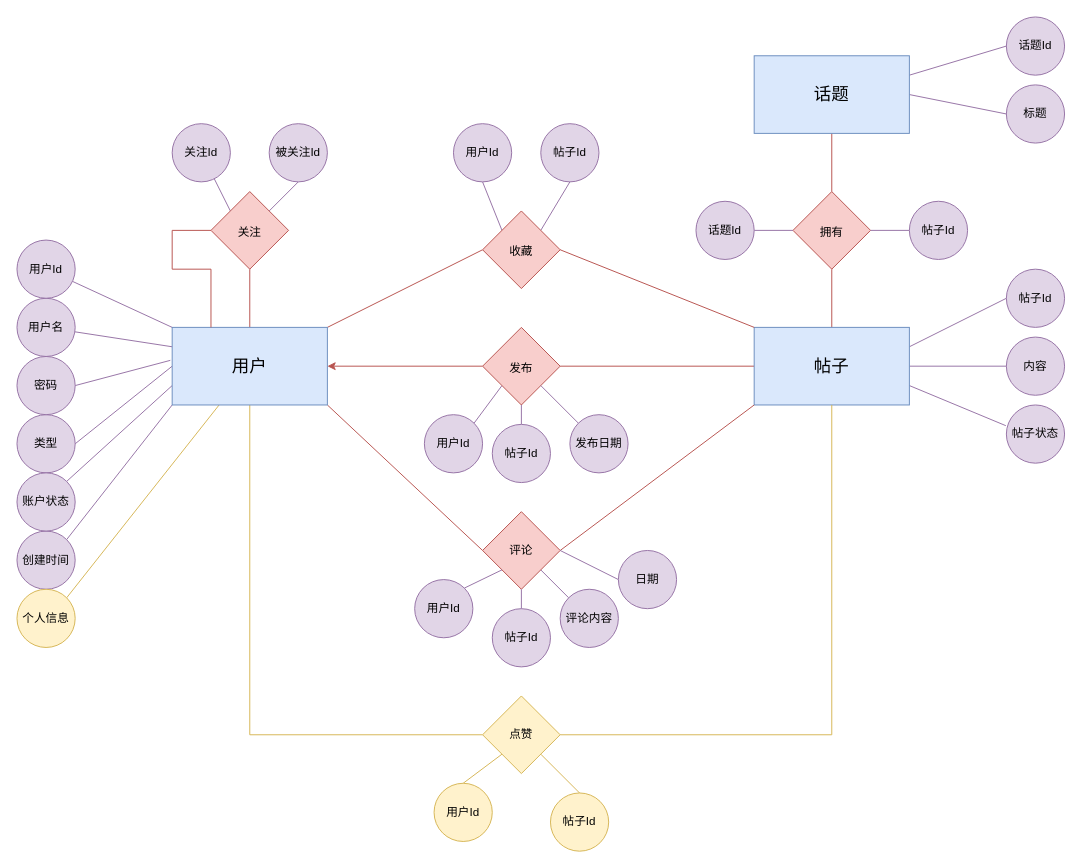
The draw.io diagram map/minihubER.drawio in msqtt/Sources, before the edit. Source tidied: cells renumbered, new cells numbered last; positions are measured from the earlier drawing's top-left corner, leaving out a move shared by most shapes. Both pictures are drawn from the tidied source at 97%, with x=0, y=0 at pixel (16, 16).
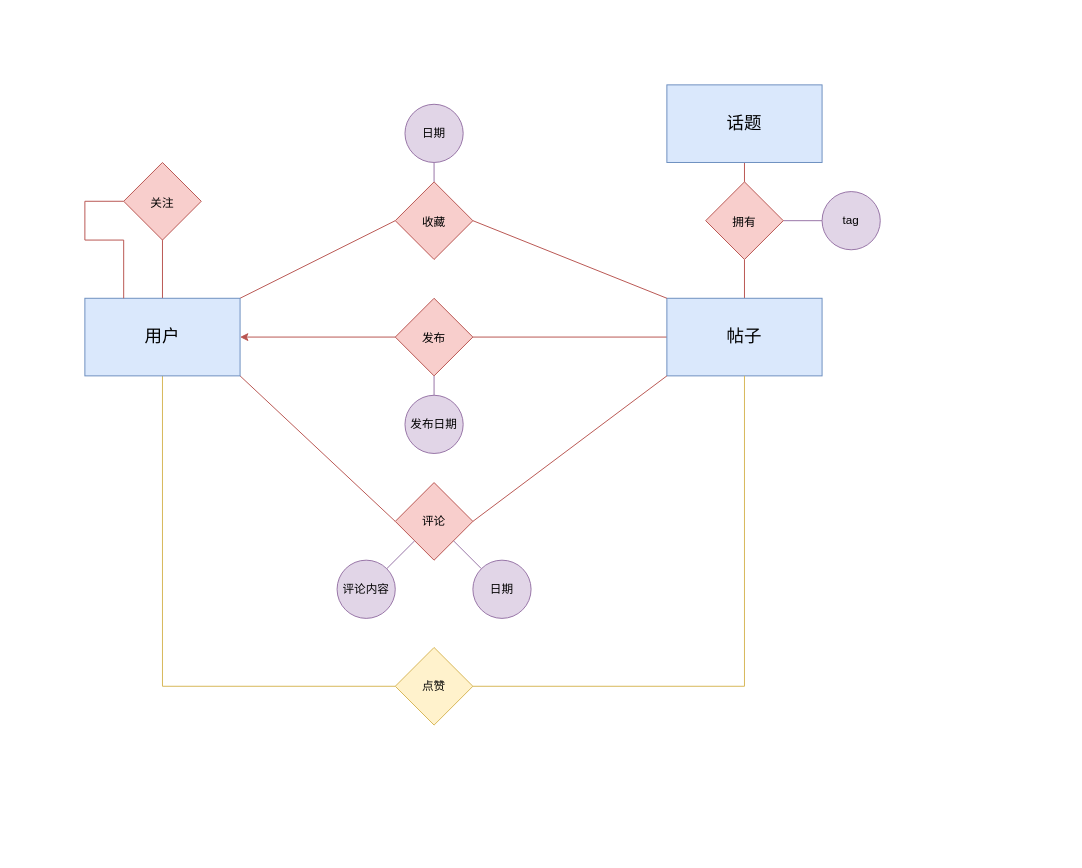
The same page after the edit.

Change to the diagram source:
```diff
@@
-    <mxCell id="10" style="rounded=0;jettySize=auto;html=1;strokeColor=#9673a6;fontColor=#143642;fillColor=#e1d5e7;exitX=0;exitY=0.25;exitDx=0;exitDy=0;endArrow=none;endFill=0;" parent="1" edge="1" source="16" target="29">
-      <mxGeometry relative="1" as="geometry" />
-    </mxCell>
-    <mxCell id="11" style="rounded=0;jettySize=auto;html=1;strokeColor=#9673a6;fontColor=#143642;fillColor=#e1d5e7;exitX=0;exitY=0;exitDx=0;exitDy=0;endArrow=none;endFill=0;" parent="1" edge="1" source="16" target="30">
-      <mxGeometry relative="1" as="geometry" />
-    </mxCell>
-    <mxCell id="12" style="edgeStyle=none;shape=connector;rounded=0;jettySize=auto;html=1;exitX=0;exitY=0.5;exitDx=0;exitDy=0;entryX=1;entryY=0.5;entryDx=0;entryDy=0;labelBackgroundColor=default;strokeColor=#9673a6;fontFamily=Helvetica;fontSize=11;fontColor=#143642;endArrow=none;fillColor=#e1d5e7;endFill=0;" parent="1" edge="1" source="16" target="41">
-      <mxGeometry relative="1" as="geometry" />
-    </mxCell>
-    <mxCell id="13" style="edgeStyle=none;shape=connector;rounded=0;jettySize=auto;html=1;exitX=0;exitY=1;exitDx=0;exitDy=0;entryX=1;entryY=0;entryDx=0;entryDy=0;labelBackgroundColor=default;strokeColor=#9673a6;fontFamily=Helvetica;fontSize=11;fontColor=#143642;endArrow=none;fillColor=#e1d5e7;endFill=0;" parent="1" edge="1" source="16" target="42">
-      <mxGeometry relative="1" as="geometry" />
-    </mxCell>
-    <mxCell id="14" style="edgeStyle=none;shape=connector;rounded=0;jettySize=auto;html=1;exitX=0;exitY=0.75;exitDx=0;exitDy=0;entryX=1;entryY=0;entryDx=0;entryDy=0;labelBackgroundColor=default;strokeColor=#9673a6;fontFamily=Helvetica;fontSize=11;fontColor=#143642;endArrow=none;fillColor=#e1d5e7;endFill=0;" parent="1" edge="1" source="16" target="43">
-      <mxGeometry relative="1" as="geometry" />
-    </mxCell>
-    <mxCell id="15" style="edgeStyle=none;shape=connector;rounded=0;jettySize=auto;html=1;labelBackgroundColor=default;strokeColor=#d6b656;fontFamily=Helvetica;fontSize=11;fontColor=#143642;endArrow=none;endFill=0;fillColor=#fff2cc;entryX=1;entryY=0;entryDx=0;entryDy=0;" parent="1" edge="1" source="16" target="45">
-      <mxGeometry relative="1" as="geometry" />
-    </mxCell>
     <mxCell id="16" value="&lt;font style=&quot;font-size: 18px;&quot;&gt;用户&lt;/font&gt;" style="rounded=0;whiteSpace=wrap;html=1;strokeColor=#6c8ebf;fillColor=#dae8fc;" parent="1" vertex="1">
-      <mxGeometry x="160" y="320" width="160" height="80" as="geometry" />
+      <mxGeometry x="70" y="290" width="160" height="80" as="geometry" />
     </mxCell>
-    <mxCell id="17" style="edgeStyle=none;shape=connector;rounded=0;jettySize=auto;html=1;exitX=1;exitY=0.5;exitDx=0;exitDy=0;entryX=0;entryY=0.5;entryDx=0;entryDy=0;labelBackgroundColor=default;strokeColor=#9673a6;fontFamily=Helvetica;fontSize=11;fontColor=#143642;endArrow=none;endFill=0;fillColor=#e1d5e7;" parent="1" edge="1" source="19" target="48">
+    <mxCell id="17" style="edgeStyle=none;shape=connector;rounded=0;jettySize=auto;html=1;exitX=1;exitY=0.5;exitDx=0;exitDy=0;entryX=0;entryY=0.5;entryDx=0;entryDy=0;labelBackgroundColor=default;strokeColor=#9673a6;fontFamily=Helvetica;fontSize=11;fontColor=#143642;endArrow=none;endFill=0;fillColor=#e1d5e7;" parent="1" edge="1" source="32" target="48">
       <mxGeometry relative="1" as="geometry" />
     </mxCell>
-    <mxCell id="18" style="edgeStyle=none;shape=connector;rounded=0;jettySize=auto;html=1;exitX=1;exitY=0.25;exitDx=0;exitDy=0;entryX=0;entryY=0.5;entryDx=0;entryDy=0;labelBackgroundColor=default;strokeColor=#9673a6;fontFamily=Helvetica;fontSize=11;fontColor=#143642;endArrow=none;endFill=0;fillColor=#e1d5e7;" parent="1" edge="1" source="19" target="49">
-      <mxGeometry relative="1" as="geometry" />
-    </mxCell>
     <mxCell id="19" value="话题" style="rounded=0;whiteSpace=wrap;html=1;strokeColor=#6c8ebf;fillColor=#dae8fc;fontSize=18;" parent="1" vertex="1">
-      <mxGeometry x="760" y="40" width="160" height="80" as="geometry" />
+      <mxGeometry x="670" y="70" width="160" height="80" as="geometry" />
     </mxCell>
-    <mxCell id="20" style="edgeStyle=none;shape=connector;rounded=0;jettySize=auto;html=1;entryX=1;entryY=0;entryDx=0;entryDy=0;labelBackgroundColor=default;strokeColor=#9673a6;fontFamily=Helvetica;fontSize=11;fontColor=#143642;endArrow=none;endFill=0;fillColor=#e1d5e7;exitX=0;exitY=1;exitDx=0;exitDy=0;" parent="1" edge="1" source="31" target="44">
-      <mxGeometry relative="1" as="geometry" />
-    </mxCell>
-    <mxCell id="21" style="edgeStyle=none;shape=connector;rounded=0;jettySize=auto;html=1;exitX=1;exitY=0.25;exitDx=0;exitDy=0;entryX=0;entryY=0.5;entryDx=0;entryDy=0;labelBackgroundColor=default;strokeColor=#9673a6;fontFamily=Helvetica;fontSize=11;fontColor=#143642;endArrow=none;endFill=0;fillColor=#e1d5e7;" parent="1" edge="1" source="24" target="46">
-      <mxGeometry relative="1" as="geometry" />
-    </mxCell>
-    <mxCell id="22" style="edgeStyle=none;shape=connector;rounded=0;jettySize=auto;html=1;exitX=1;exitY=0.5;exitDx=0;exitDy=0;entryX=0;entryY=0.5;entryDx=0;entryDy=0;labelBackgroundColor=default;strokeColor=#9673a6;fontFamily=Helvetica;fontSize=11;fontColor=#143642;endArrow=none;endFill=0;fillColor=#e1d5e7;" parent="1" edge="1" source="24" target="47">
-      <mxGeometry relative="1" as="geometry" />
-    </mxCell>
-    <mxCell id="23" style="edgeStyle=none;shape=connector;rounded=0;jettySize=auto;html=1;exitX=1;exitY=0.75;exitDx=0;exitDy=0;entryX=-0.009;entryY=0.356;entryDx=0;entryDy=0;entryPerimeter=0;labelBackgroundColor=default;strokeColor=#9673a6;fontFamily=Helvetica;fontSize=11;fontColor=#143642;endArrow=none;endFill=0;fillColor=#e1d5e7;" parent="1" edge="1" source="24" target="60">
-      <mxGeometry relative="1" as="geometry" />
-    </mxCell>
     <mxCell id="24" value="帖子" style="rounded=0;whiteSpace=wrap;html=1;strokeColor=#6c8ebf;fillColor=#dae8fc;fontSize=18;" parent="1" vertex="1">
-      <mxGeometry x="760" y="320" width="160" height="80" as="geometry" />
+      <mxGeometry x="670" y="290" width="160" height="80" as="geometry" />
     </mxCell>
@@
     <mxCell id="28" style="edgeStyle=orthogonalEdgeStyle;rounded=0;jettySize=auto;html=1;entryX=0.25;entryY=0;entryDx=0;entryDy=0;strokeColor=#b85450;fontColor=#143642;fillColor=#f8cecc;exitX=0;exitY=0.5;exitDx=0;exitDy=0;endArrow=none;endFill=0;strokeWidth=1;" parent="1" edge="1" source="40" target="16">
       <mxGeometry relative="1" as="geometry">
         <Array as="points">
-          <mxPoint x="160" y="220" />
-          <mxPoint x="160" y="260" />
-          <mxPoint x="200" y="260" />
+          <mxPoint x="70" y="190" />
+          <mxPoint x="70" y="230" />
+          <mxPoint x="110" y="230" />
         </Array>
       </mxGeometry>
     </mxCell>
-    <mxCell id="29" value="用户名" style="ellipse;whiteSpace=wrap;html=1;fillColor=#e1d5e7;strokeColor=#9673a6;rounded=0;" parent="1" vertex="1">
-      <mxGeometry y="290" width="60" height="60" as="geometry" />
-    </mxCell>
-    <mxCell id="30" value="用户Id" style="ellipse;whiteSpace=wrap;html=1;fillColor=#e1d5e7;strokeColor=#9673a6;rounded=0;" parent="1" vertex="1">
-      <mxGeometry y="230" width="60" height="60" as="geometry" />
-    </mxCell>
     <mxCell id="31" value="&lt;font style=&quot;font-size: 12px;&quot;&gt;发布&lt;/font&gt;" style="rhombus;whiteSpace=wrap;html=1;fontSize=18;fillColor=#f8cecc;strokeColor=#b85450;labelBackgroundColor=none;" parent="1" vertex="1">
-      <mxGeometry x="480" y="320" width="80" height="80" as="geometry" />
+      <mxGeometry x="390" y="290" width="80" height="80" as="geometry" />
     </mxCell>
     <mxCell id="32" value="&lt;font style=&quot;font-size: 12px;&quot;&gt;拥有&lt;/font&gt;" style="rhombus;whiteSpace=wrap;html=1;fontSize=18;fillColor=#f8cecc;strokeColor=#b85450;labelBackgroundColor=none;" parent="1" vertex="1">
-      <mxGeometry x="800" y="180" width="80" height="80" as="geometry" />
+      <mxGeometry x="710" y="170" width="80" height="80" as="geometry" />
     </mxCell>
     <mxCell id="33" value="评论" style="rhombus;whiteSpace=wrap;html=1;fontSize=12;fillColor=#f8cecc;strokeColor=#b85450;labelBackgroundColor=none;" parent="1" vertex="1">
-      <mxGeometry x="480" y="510" width="80" height="80" as="geometry" />
+      <mxGeometry x="390" y="480" width="80" height="80" as="geometry" />
     </mxCell>
     <mxCell id="34" value="点赞" style="rhombus;whiteSpace=wrap;html=1;fontSize=12;fillColor=#fff2cc;strokeColor=#d6b656;labelBackgroundColor=none;" parent="1" vertex="1">
-      <mxGeometry x="480" y="700" width="80" height="80" as="geometry" />
+      <mxGeometry x="390" y="650" width="80" height="80" as="geometry" />
     </mxCell>
-    <mxCell id="35" style="edgeStyle=none;shape=connector;rounded=0;jettySize=auto;html=1;exitX=0;exitY=0;exitDx=0;exitDy=0;entryX=1;entryY=0.5;entryDx=0;entryDy=0;labelBackgroundColor=default;strokeColor=#9673a6;fontFamily=Helvetica;fontSize=11;fontColor=#143642;endArrow=none;endFill=0;fillColor=#e1d5e7;" parent="1" edge="1" source="37" target="52">
+    <mxCell id="35" style="edgeStyle=none;shape=connector;rounded=0;jettySize=auto;html=1;exitX=0.5;exitY=0;exitDx=0;exitDy=0;entryX=1;entryY=0.5;entryDx=0;entryDy=0;labelBackgroundColor=default;strokeColor=#9673a6;fontFamily=Helvetica;fontSize=11;fontColor=#143642;endArrow=none;endFill=0;fillColor=#e1d5e7;" parent="1" edge="1" source="37" target="52">
       <mxGeometry relative="1" as="geometry" />
     </mxCell>
-    <mxCell id="36" style="edgeStyle=none;shape=connector;rounded=0;jettySize=auto;html=1;exitX=1;exitY=0;exitDx=0;exitDy=0;entryX=1;entryY=0.5;entryDx=0;entryDy=0;labelBackgroundColor=default;strokeColor=#9673a6;fontFamily=Helvetica;fontSize=11;fontColor=#143642;endArrow=none;endFill=0;fillColor=#e1d5e7;" parent="1" edge="1" source="37" target="53">
-      <mxGeometry relative="1" as="geometry" />
-    </mxCell>
     <mxCell id="37" value="&lt;font style=&quot;font-size: 12px;&quot;&gt;收藏&lt;/font&gt;" style="rhombus;whiteSpace=wrap;html=1;fontSize=18;fillColor=#f8cecc;strokeColor=#b85450;labelBackgroundColor=none;" parent="1" vertex="1">
-      <mxGeometry x="480" y="200" width="80" height="80" as="geometry" />
+      <mxGeometry x="390" y="170" width="80" height="80" as="geometry" />
     </mxCell>
-    <mxCell id="38" style="edgeStyle=none;shape=connector;rounded=0;jettySize=auto;html=1;exitX=0;exitY=0;exitDx=0;exitDy=0;labelBackgroundColor=default;strokeColor=#9673a6;fontFamily=Helvetica;fontSize=11;fontColor=#143642;endArrow=none;endFill=0;fillColor=#e1d5e7;" parent="1" edge="1" source="40" target="50">
-      <mxGeometry relative="1" as="geometry" />
-    </mxCell>
-    <mxCell id="39" style="edgeStyle=none;shape=connector;rounded=0;jettySize=auto;html=1;exitX=1;exitY=0;exitDx=0;exitDy=0;entryX=1;entryY=0.5;entryDx=0;entryDy=0;labelBackgroundColor=default;strokeColor=#9673a6;fontFamily=Helvetica;fontSize=11;fontColor=#143642;endArrow=none;endFill=0;fillColor=#e1d5e7;" parent="1" edge="1" source="40" target="51">
-      <mxGeometry relative="1" as="geometry" />
-    </mxCell>
     <mxCell id="40" value="&lt;font style=&quot;font-size: 12px;&quot;&gt;关注&lt;/font&gt;" style="rhombus;whiteSpace=wrap;html=1;fontSize=18;fillColor=#f8cecc;strokeColor=#b85450;labelBackgroundColor=none;" parent="1" vertex="1">
-      <mxGeometry x="200" y="180" width="80" height="80" as="geometry" />
+      <mxGeometry x="110" y="150" width="80" height="80" as="geometry" />
     </mxCell>
-    <mxCell id="41" value="类型" style="ellipse;whiteSpace=wrap;html=1;fillColor=#e1d5e7;strokeColor=#9673a6;rounded=0;" parent="1" vertex="1">
-      <mxGeometry y="410" width="60" height="60" as="geometry" />
-    </mxCell>
-    <mxCell id="42" value="创建时间" style="ellipse;whiteSpace=wrap;html=1;fillColor=#e1d5e7;strokeColor=#9673a6;rounded=0;" parent="1" vertex="1">
-      <mxGeometry y="530" width="60" height="60" as="geometry" />
-    </mxCell>
-    <mxCell id="43" value="账户状态" style="ellipse;whiteSpace=wrap;html=1;fillColor=#e1d5e7;strokeColor=#9673a6;rounded=0;" parent="1" vertex="1">
-      <mxGeometry y="470" width="60" height="60" as="geometry" />
-    </mxCell>
-    <mxCell id="44" value="用户Id" style="ellipse;whiteSpace=wrap;html=1;fillColor=#e1d5e7;strokeColor=#9673a6;rounded=0;" parent="1" vertex="1">
-      <mxGeometry x="420" y="410" width="60" height="60" as="geometry" />
-    </mxCell>
-    <mxCell id="45" value="个人信息" style="ellipse;whiteSpace=wrap;html=1;fillColor=#fff2cc;strokeColor=#d6b656;rounded=0;" parent="1" vertex="1">
-      <mxGeometry y="590" width="60" height="60" as="geometry" />
-    </mxCell>
-    <mxCell id="46" value="帖子Id" style="ellipse;whiteSpace=wrap;html=1;fillColor=#e1d5e7;strokeColor=#9673a6;rounded=0;" parent="1" vertex="1">
-      <mxGeometry x="1020" y="260" width="60" height="60" as="geometry" />
-    </mxCell>
-    <mxCell id="47" value="内容" style="ellipse;whiteSpace=wrap;html=1;fillColor=#e1d5e7;strokeColor=#9673a6;rounded=0;" parent="1" vertex="1">
-      <mxGeometry x="1020" y="330" width="60" height="60" as="geometry" />
-    </mxCell>
-    <mxCell id="48" value="&lt;div&gt;标题&lt;br&gt;&lt;/div&gt;" style="ellipse;whiteSpace=wrap;html=1;fillColor=#e1d5e7;strokeColor=#9673a6;rounded=0;" parent="1" vertex="1">
-      <mxGeometry x="1020" y="70" width="60" height="60" as="geometry" />
+    <mxCell id="48" value="tag" style="ellipse;whiteSpace=wrap;html=1;fillColor=#e1d5e7;strokeColor=#9673a6;rounded=0;" parent="1" vertex="1">
+      <mxGeometry x="830" y="180" width="60" height="60" as="geometry" />
     </mxCell>
-    <mxCell id="49" value="&lt;div&gt;话题Id&lt;/div&gt;" style="ellipse;whiteSpace=wrap;html=1;fillColor=#e1d5e7;strokeColor=#9673a6;rounded=0;" parent="1" vertex="1">
-      <mxGeometry x="1020" width="60" height="60" as="geometry" />
-    </mxCell>
-    <mxCell id="50" value="关注Id" style="ellipse;whiteSpace=wrap;html=1;fillColor=#e1d5e7;strokeColor=#9673a6;rounded=0;" parent="1" vertex="1">
-      <mxGeometry x="160" y="110" width="60" height="60" as="geometry" />
-    </mxCell>
-    <mxCell id="51" value="被关注Id" style="ellipse;whiteSpace=wrap;html=1;fillColor=#e1d5e7;strokeColor=#9673a6;rounded=0;direction=south;" parent="1" vertex="1">
-      <mxGeometry x="260" y="110" width="60" height="60" as="geometry" />
-    </mxCell>
-    <mxCell id="52" value="用户Id" style="ellipse;whiteSpace=wrap;html=1;fillColor=#e1d5e7;strokeColor=#9673a6;rounded=0;direction=south;" parent="1" vertex="1">
-      <mxGeometry x="450" y="110" width="60" height="60" as="geometry" />
+    <mxCell id="52" value="日期" style="ellipse;whiteSpace=wrap;html=1;fillColor=#e1d5e7;strokeColor=#9673a6;rounded=0;direction=south;" parent="1" vertex="1">
+      <mxGeometry x="400" y="90" width="60" height="60" as="geometry" />
     </mxCell>
-    <mxCell id="53" value="帖子Id" style="ellipse;whiteSpace=wrap;html=1;fillColor=#e1d5e7;strokeColor=#9673a6;rounded=0;direction=south;" parent="1" vertex="1">
-      <mxGeometry x="540" y="110" width="60" height="60" as="geometry" />
-    </mxCell>
-    <mxCell id="54" style="edgeStyle=none;shape=connector;rounded=0;jettySize=auto;html=1;exitX=1;exitY=0;exitDx=0;exitDy=0;entryX=0;entryY=1;entryDx=0;entryDy=0;labelBackgroundColor=default;strokeColor=#9673a6;fontFamily=Helvetica;fontSize=11;fontColor=#143642;endArrow=none;endFill=0;fillColor=#e1d5e7;" parent="1" edge="1" source="55" target="33">
-      <mxGeometry relative="1" as="geometry" />
-    </mxCell>
-    <mxCell id="55" value="用户Id" style="ellipse;whiteSpace=wrap;html=1;fillColor=#e1d5e7;strokeColor=#9673a6;rounded=0;" parent="1" vertex="1">
-      <mxGeometry x="410" y="580" width="60" height="60" as="geometry" />
-    </mxCell>
-    <mxCell id="56" style="edgeStyle=none;shape=connector;rounded=0;jettySize=auto;html=1;labelBackgroundColor=default;strokeColor=#9673a6;fontFamily=Helvetica;fontSize=11;fontColor=#143642;endArrow=none;endFill=0;fillColor=#e1d5e7;exitX=1;exitY=1;exitDx=0;exitDy=0;" parent="1" edge="1" source="33" target="59">
+    <mxCell id="56" style="edgeStyle=none;shape=connector;rounded=0;jettySize=auto;html=1;labelBackgroundColor=default;strokeColor=#9673a6;fontFamily=Helvetica;fontSize=11;fontColor=#143642;endArrow=none;endFill=0;fillColor=#e1d5e7;exitX=0;exitY=1;exitDx=0;exitDy=0;" parent="1" edge="1" source="33" target="59">
       <mxGeometry relative="1" as="geometry" />
     </mxCell>
-    <mxCell id="57" style="edgeStyle=none;shape=connector;rounded=0;jettySize=auto;html=1;exitX=0.5;exitY=0;exitDx=0;exitDy=0;entryX=0.5;entryY=1;entryDx=0;entryDy=0;labelBackgroundColor=default;strokeColor=#9673a6;fontFamily=Helvetica;fontSize=11;fontColor=#143642;endArrow=none;endFill=0;fillColor=#e1d5e7;" parent="1" edge="1" source="58" target="33">
-      <mxGeometry relative="1" as="geometry" />
-    </mxCell>
-    <mxCell id="58" value="帖子Id" style="ellipse;whiteSpace=wrap;html=1;fillColor=#e1d5e7;strokeColor=#9673a6;rounded=0;" parent="1" vertex="1">
-      <mxGeometry x="490" y="610" width="60" height="60" as="geometry" />
-    </mxCell>
     <mxCell id="59" value="评论内容" style="ellipse;whiteSpace=wrap;html=1;fillColor=#e1d5e7;strokeColor=#9673a6;rounded=0;" parent="1" vertex="1">
-      <mxGeometry x="560" y="590" width="60" height="60" as="geometry" />
+      <mxGeometry x="330" y="560" width="60" height="60" as="geometry" />
     </mxCell>
-    <mxCell id="60" value="帖子状态" style="ellipse;whiteSpace=wrap;html=1;fillColor=#e1d5e7;strokeColor=#9673a6;rounded=0;" parent="1" vertex="1">
-      <mxGeometry x="1020" y="400" width="60" height="60" as="geometry" />
-    </mxCell>
-    <mxCell id="61" style="edgeStyle=none;shape=connector;rounded=0;jettySize=auto;html=1;exitX=0.5;exitY=0;exitDx=0;exitDy=0;entryX=0.5;entryY=1;entryDx=0;entryDy=0;labelBackgroundColor=default;strokeColor=#9673a6;fontFamily=Helvetica;fontSize=11;fontColor=#143642;endArrow=none;endFill=0;fillColor=#e1d5e7;" parent="1" edge="1" source="62" target="31">
-      <mxGeometry relative="1" as="geometry" />
-    </mxCell>
-    <mxCell id="62" value="帖子Id" style="ellipse;whiteSpace=wrap;html=1;fillColor=#e1d5e7;strokeColor=#9673a6;rounded=0;" parent="1" vertex="1">
-      <mxGeometry x="490" y="420" width="60" height="60" as="geometry" />
-    </mxCell>
-    <mxCell id="63" style="edgeStyle=none;shape=connector;rounded=0;jettySize=auto;html=1;exitX=0;exitY=0;exitDx=0;exitDy=0;entryX=1;entryY=1;entryDx=0;entryDy=0;labelBackgroundColor=default;strokeColor=#9673a6;fontFamily=Helvetica;fontSize=11;fontColor=#143642;endArrow=none;endFill=0;fillColor=#e1d5e7;" parent="1" edge="1" source="64" target="31">
+    <mxCell id="63" style="edgeStyle=none;shape=connector;rounded=0;jettySize=auto;html=1;exitX=0.5;exitY=0;exitDx=0;exitDy=0;entryX=0.5;entryY=1;entryDx=0;entryDy=0;labelBackgroundColor=default;strokeColor=#9673a6;fontFamily=Helvetica;fontSize=11;fontColor=#143642;endArrow=none;endFill=0;fillColor=#e1d5e7;" parent="1" edge="1" source="64" target="31">
       <mxGeometry relative="1" as="geometry" />
     </mxCell>
     <mxCell id="64" value="发布日期" style="ellipse;whiteSpace=wrap;html=1;fillColor=#e1d5e7;strokeColor=#9673a6;rounded=0;" parent="1" vertex="1">
-      <mxGeometry x="570" y="410" width="60" height="60" as="geometry" />
+      <mxGeometry x="400" y="390" width="60" height="60" as="geometry" />
     </mxCell>
-    <mxCell id="65" style="edgeStyle=none;shape=connector;rounded=0;jettySize=auto;html=1;exitX=0;exitY=0.5;exitDx=0;exitDy=0;entryX=1;entryY=1;entryDx=0;entryDy=0;labelBackgroundColor=default;strokeColor=#d6b656;fontFamily=Helvetica;fontSize=11;fontColor=#143642;endArrow=none;endFill=0;fillColor=#fff2cc;" parent="1" edge="1" source="66" target="34">
-      <mxGeometry relative="1" as="geometry" />
-    </mxCell>
-    <mxCell id="66" value="帖子Id" style="ellipse;whiteSpace=wrap;html=1;fillColor=#fff2cc;strokeColor=#d6b656;rounded=0;direction=south;" parent="1" vertex="1">
-      <mxGeometry x="550" y="800" width="60" height="60" as="geometry" />
-    </mxCell>
-    <mxCell id="67" style="edgeStyle=none;shape=connector;rounded=0;jettySize=auto;html=1;exitX=0;exitY=0.5;exitDx=0;exitDy=0;entryX=0;entryY=1;entryDx=0;entryDy=0;labelBackgroundColor=default;strokeColor=#d6b656;fontFamily=Helvetica;fontSize=11;fontColor=#143642;endArrow=none;endFill=0;fillColor=#fff2cc;" parent="1" edge="1" source="68" target="34">
-      <mxGeometry relative="1" as="geometry" />
-    </mxCell>
-    <mxCell id="68" value="用户Id" style="ellipse;whiteSpace=wrap;html=1;fillColor=#fff2cc;strokeColor=#d6b656;rounded=0;direction=south;" parent="1" vertex="1">
-      <mxGeometry x="430" y="790" width="60" height="60" as="geometry" />
-    </mxCell>
-    <mxCell id="69" style="edgeStyle=none;shape=connector;rounded=0;jettySize=auto;html=1;exitX=1;exitY=0.5;exitDx=0;exitDy=0;entryX=0;entryY=0.5;entryDx=0;entryDy=0;labelBackgroundColor=default;strokeColor=#9673a6;fontFamily=Helvetica;fontSize=11;fontColor=#143642;endArrow=none;endFill=0;fillColor=#e1d5e7;" parent="1" edge="1" source="70" target="32">
-      <mxGeometry relative="1" as="geometry" />
-    </mxCell>
-    <mxCell id="70" value="&lt;div&gt;话题Id&lt;/div&gt;" style="ellipse;whiteSpace=wrap;html=1;fillColor=#e1d5e7;strokeColor=#9673a6;rounded=0;" parent="1" vertex="1">
-      <mxGeometry x="700" y="190" width="60" height="60" as="geometry" />
-    </mxCell>
-    <mxCell id="71" style="edgeStyle=none;shape=connector;rounded=0;jettySize=auto;html=1;exitX=0;exitY=0.5;exitDx=0;exitDy=0;entryX=1;entryY=0.5;entryDx=0;entryDy=0;labelBackgroundColor=default;strokeColor=#9673a6;fontFamily=Helvetica;fontSize=11;fontColor=#143642;endArrow=none;endFill=0;fillColor=#e1d5e7;" parent="1" edge="1" source="72" target="32">
-      <mxGeometry relative="1" as="geometry" />
-    </mxCell>
-    <mxCell id="72" value="&lt;div&gt;帖子Id&lt;/div&gt;" style="ellipse;whiteSpace=wrap;html=1;fillColor=#e1d5e7;strokeColor=#9673a6;rounded=0;" parent="1" vertex="1">
-      <mxGeometry x="920" y="190" width="60" height="60" as="geometry" />
-    </mxCell>
-    <mxCell id="73" style="edgeStyle=none;shape=connector;rounded=0;jettySize=auto;html=1;exitX=0;exitY=0.5;exitDx=0;exitDy=0;entryX=1;entryY=0.5;entryDx=0;entryDy=0;labelBackgroundColor=default;strokeColor=#9673a6;fontFamily=Helvetica;fontSize=11;fontColor=#143642;endArrow=none;endFill=0;fillColor=#e1d5e7;" parent="1" edge="1" source="74" target="33">
+    <mxCell id="73" style="edgeStyle=none;shape=connector;rounded=0;jettySize=auto;html=1;exitX=0;exitY=0;exitDx=0;exitDy=0;entryX=1;entryY=1;entryDx=0;entryDy=0;labelBackgroundColor=default;strokeColor=#9673a6;fontFamily=Helvetica;fontSize=11;fontColor=#143642;endArrow=none;endFill=0;fillColor=#e1d5e7;" parent="1" edge="1" source="74" target="33">
       <mxGeometry relative="1" as="geometry" />
     </mxCell>
     <mxCell id="74" value="日期" style="ellipse;whiteSpace=wrap;html=1;fillColor=#e1d5e7;strokeColor=#9673a6;rounded=0;" parent="1" vertex="1">
-      <mxGeometry x="620" y="550" width="60" height="60" as="geometry" />
+      <mxGeometry x="470" y="560" width="60" height="60" as="geometry" />
     </mxCell>
-    <mxCell id="75" style="edgeStyle=none;shape=connector;rounded=0;jettySize=auto;html=1;exitX=1;exitY=0.5;exitDx=0;exitDy=0;entryX=-0.012;entryY=0.425;entryDx=0;entryDy=0;entryPerimeter=0;labelBackgroundColor=default;strokeColor=#9673a6;fontFamily=Helvetica;fontSize=11;fontColor=#143642;endArrow=none;endFill=0;fillColor=#e1d5e7;" parent="1" edge="1" source="76" target="16">
-      <mxGeometry relative="1" as="geometry" />
-    </mxCell>
-    <mxCell id="76" value="密码" style="ellipse;whiteSpace=wrap;html=1;fillColor=#e1d5e7;strokeColor=#9673a6;rounded=0;" parent="1" vertex="1">
-      <mxGeometry y="350" width="60" height="60" as="geometry" />
-    </mxCell>
```
